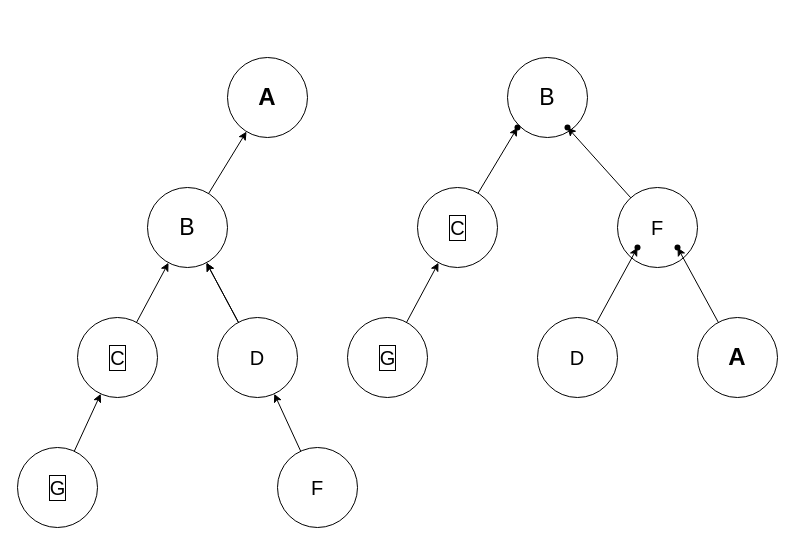
This is src/图解.dio from PhilRandWu/Algorithm_code_ts, a draw.io file, before an edit. Source tidied: cells renumbered, new cells numbered last; positions are measured from the earlier drawing's top-left corner, leaving out a move shared by most shapes. Both pictures are drawn from the tidied source at 100%, with x=0, y=0 at pixel (17, 57).
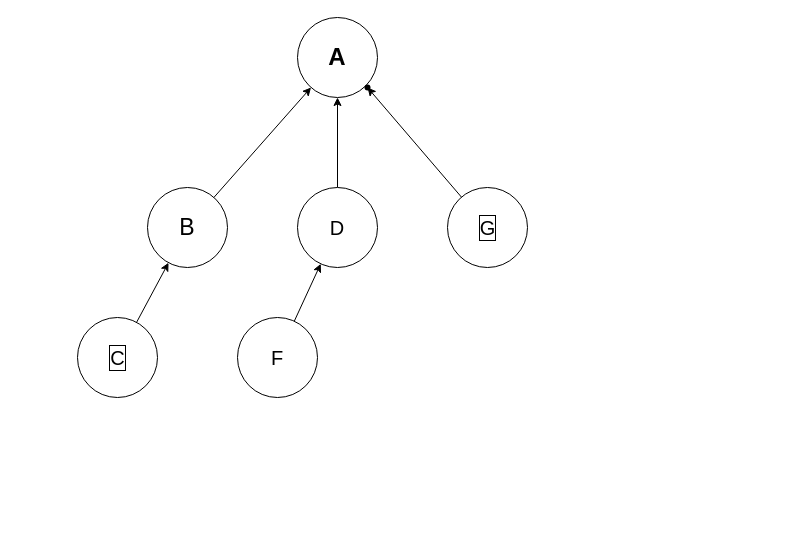
Above is the later version.

Commit message (it also covers changes not shown here):
树的深度优先搜素

Unchanged cells that the change refers to:
```xml
<mxCell id="4" value="B" style="ellipse;whiteSpace=wrap;html=1;fontStyle=0;fontSize=23;" parent="1" vertex="1">
  <mxGeometry x="130" y="130" width="80" height="80" as="geometry" />
</mxCell>
<mxCell id="6" value="C" style="ellipse;html=1;fontSize=20;labelBorderColor=default;" parent="1" vertex="1">
  <mxGeometry x="60" y="260" width="80" height="80" as="geometry" />
</mxCell>
```

Diff of the diagram source:
```diff
@@
     <mxCell id="2" value="&lt;h1&gt;A&lt;/h1&gt;" style="ellipse;whiteSpace=wrap;html=1;" parent="1" vertex="1">
-      <mxGeometry x="210" width="80" height="80" as="geometry" />
+      <mxGeometry x="280" y="-40" width="80" height="80" as="geometry" />
     </mxCell>
@@
-    <mxCell id="7" style="edgeStyle=none;html=1;" parent="1" edge="1" source="9" target="4">
-      <mxGeometry relative="1" as="geometry" />
-    </mxCell>
-    <mxCell id="8" style="edgeStyle=none;html=1;" parent="1" edge="1" source="9" target="4">
+    <mxCell id="8" style="edgeStyle=none;html=1;entryX=0.5;entryY=1;entryDx=0;entryDy=0;" parent="1" edge="1" source="9" target="2">
       <mxGeometry relative="1" as="geometry" />
     </mxCell>
     <mxCell id="9" value="D" style="ellipse;whiteSpace=wrap;html=1;fontSize=20;" parent="1" vertex="1">
-      <mxGeometry x="200" y="260" width="80" height="80" as="geometry" />
+      <mxGeometry x="280" y="130" width="80" height="80" as="geometry" />
     </mxCell>
@@
     <mxCell id="11" value="F" style="ellipse;whiteSpace=wrap;html=1;fontSize=20;" parent="1" vertex="1">
-      <mxGeometry x="260" y="390" width="80" height="80" as="geometry" />
+      <mxGeometry x="220" y="260" width="80" height="80" as="geometry" />
     </mxCell>
-    <mxCell id="12" style="edgeStyle=none;html=1;" parent="1" edge="1" source="13" target="6">
-      <mxGeometry relative="1" as="geometry" />
-    </mxCell>
+    <mxCell id="29" style="edgeStyle=none;html=1;" parent="1" edge="1" source="13" target="30">
+      <mxGeometry relative="1" as="geometry" />
+    </mxCell>
     <mxCell id="13" value="G" style="ellipse;html=1;fontSize=20;labelBorderColor=default;" parent="1" vertex="1">
-      <mxGeometry y="390" width="80" height="80" as="geometry" />
+      <mxGeometry x="430" y="130" width="80" height="80" as="geometry" />
     </mxCell>
-    <mxCell id="14" value="B" style="ellipse;whiteSpace=wrap;html=1;fontStyle=0;fontSize=23;" parent="1" vertex="1">
-      <mxGeometry x="490" width="80" height="80" as="geometry" />
-    </mxCell>
-    <mxCell id="15" style="edgeStyle=none;html=1;" parent="1" edge="1" source="16" target="28">
-      <mxGeometry relative="1" as="geometry" />
-    </mxCell>
-    <mxCell id="16" value="C" style="ellipse;html=1;fontSize=20;labelBorderColor=default;" parent="1" vertex="1">
-      <mxGeometry x="400" y="130" width="80" height="80" as="geometry" />
-    </mxCell>
-    <mxCell id="17" style="edgeStyle=none;html=1;" parent="1" edge="1" source="18" target="27">
-      <mxGeometry relative="1" as="geometry" />
-    </mxCell>
-    <mxCell id="18" value="F" style="ellipse;whiteSpace=wrap;html=1;fontSize=20;" parent="1" vertex="1">
-      <mxGeometry x="600" y="130" width="80" height="80" as="geometry" />
-    </mxCell>
-    <mxCell id="19" style="edgeStyle=none;html=1;" parent="1" edge="1" source="20" target="16">
-      <mxGeometry relative="1" as="geometry" />
-    </mxCell>
-    <mxCell id="20" value="G" style="ellipse;html=1;fontSize=20;labelBorderColor=default;" parent="1" vertex="1">
-      <mxGeometry x="330" y="260" width="80" height="80" as="geometry" />
-    </mxCell>
-    <mxCell id="21" style="edgeStyle=none;html=1;" parent="1" edge="1" source="22" target="25">
-      <mxGeometry relative="1" as="geometry" />
-    </mxCell>
-    <mxCell id="22" value="D" style="ellipse;whiteSpace=wrap;html=1;fontSize=20;" parent="1" vertex="1">
-      <mxGeometry x="520" y="260" width="80" height="80" as="geometry" />
-    </mxCell>
-    <mxCell id="23" style="edgeStyle=none;html=1;" parent="1" edge="1" source="24" target="26">
-      <mxGeometry relative="1" as="geometry" />
-    </mxCell>
-    <mxCell id="24" value="&lt;h1&gt;A&lt;/h1&gt;" style="ellipse;whiteSpace=wrap;html=1;" parent="1" vertex="1">
-      <mxGeometry x="680" y="260" width="80" height="80" as="geometry" />
-    </mxCell>
-    <mxCell id="25" style="shape=waypoint;sketch=0;size=6;points=[];fillColor=default;perimeter=centerPerimeter;snapToPoint=1;fontSize=20;" parent="1" vertex="1">
-      <mxGeometry x="600" y="170" width="40" height="40" as="geometry" />
-    </mxCell>
-    <mxCell id="26" style="shape=waypoint;sketch=0;size=6;points=[];fillColor=default;perimeter=centerPerimeter;snapToPoint=1;" parent="1" vertex="1">
-      <mxGeometry x="640" y="170" width="40" height="40" as="geometry" />
-    </mxCell>
-    <mxCell id="27" style="shape=waypoint;sketch=0;size=6;points=[];fillColor=default;perimeter=centerPerimeter;snapToPoint=1;fontSize=20;" parent="1" vertex="1">
-      <mxGeometry x="530" y="50" width="40" height="40" as="geometry" />
-    </mxCell>
-    <mxCell id="28" style="shape=waypoint;sketch=0;size=6;points=[];fillColor=default;perimeter=centerPerimeter;snapToPoint=1;fontSize=20;labelBorderColor=default;" parent="1" vertex="1">
-      <mxGeometry x="480" y="50" width="40" height="40" as="geometry" />
-    </mxCell>
+    <mxCell id="30" style="shape=waypoint;sketch=0;size=6;points=[];fillColor=default;perimeter=centerPerimeter;snapToPoint=1;fontSize=20;labelBorderColor=default;" parent="1" vertex="1">
+      <mxGeometry x="330" y="10" width="40" height="40" as="geometry" />
+    </mxCell>
```
